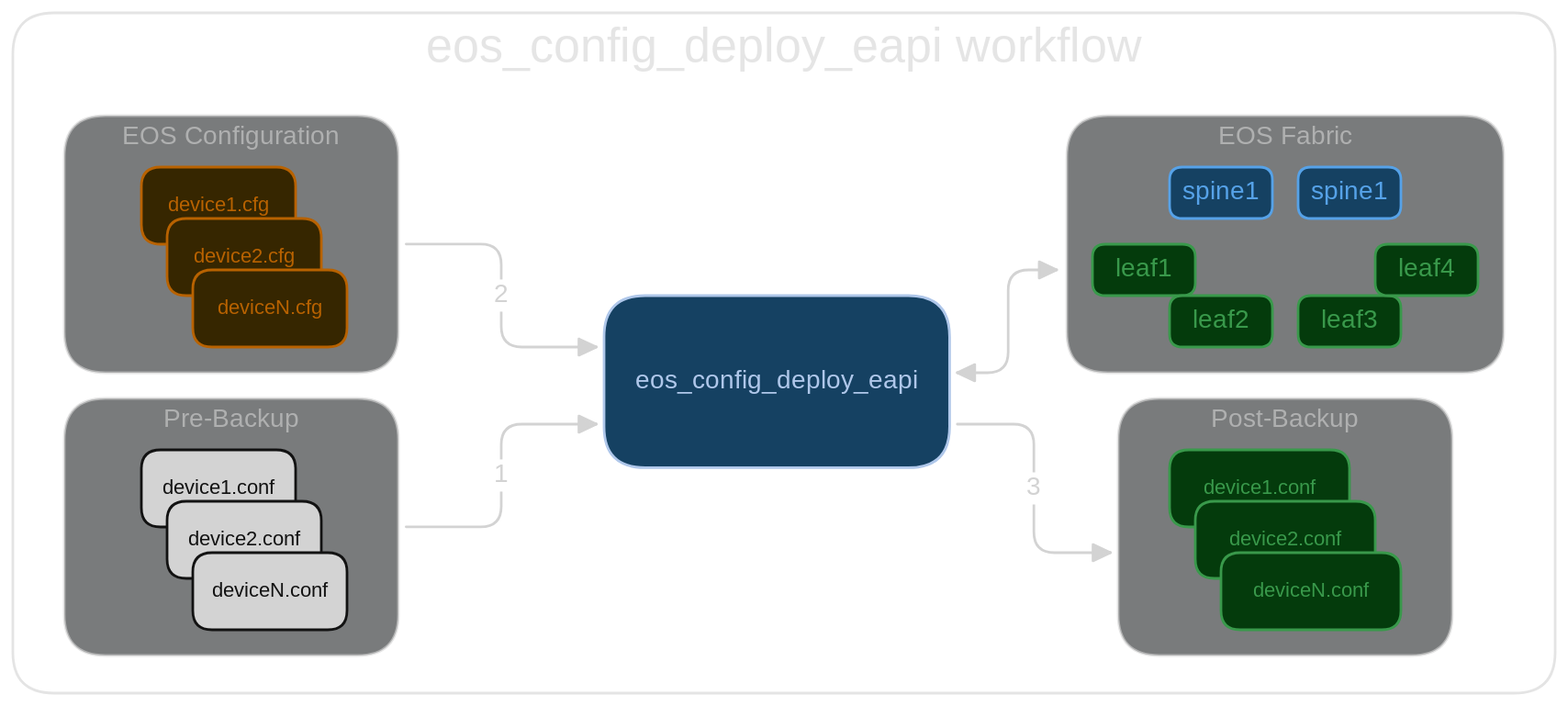
This is docs/_media/eos_config_deploy_eapi_dark.svg from aristanetworks/avd, a Excalidraw export, as it was before one commit. Source tidied: one line per element, renumbered; positions are measured from the earlier drawing's top-left corner, leaving out a move shared by most shapes.
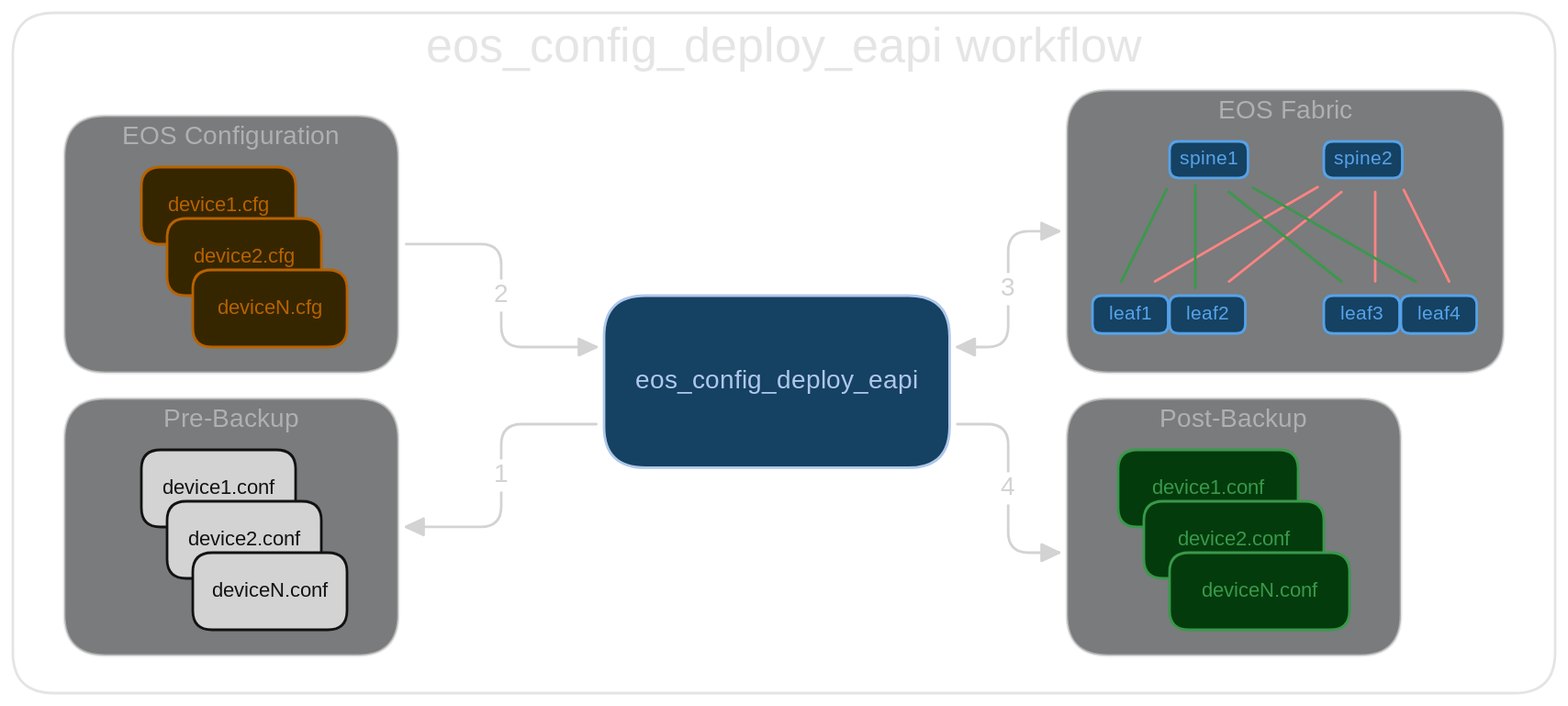
Above is the later version.

Commit message:
updating fabric links

What changed in the source:
```diff
@@ -4,10 +4,8 @@
 {"id": 3, "type": "text", "text": "EOS Configuration", "strokeColor": "#1e1e1e", "strokeWidth": 2, "roughness": 1, "opacity": 60, "fontSize": 20, "fontFamily": 8, "textAlign": "center", "inside": 2, "x": 77, "y": 85, "width": 187, "height": 25}
 {"id": 4, "type": "rectangle", "strokeColor": "#1e1e1e", "backgroundColor": "#e9ecef", "fillStyle": "solid", "strokeWidth": 2, "roughness": 0, "opacity": 60, "round": true, "x": 40, "y": 300, "width": 260, "height": 200}
 {"id": 5, "type": "text", "text": "Pre-Backup", "strokeColor": "#1e1e1e", "strokeWidth": 2, "roughness": 1, "opacity": 60, "fontSize": 20, "fontFamily": 8, "textAlign": "center", "inside": 4, "x": 115, "y": 305, "width": 110, "height": 25}
-{"id": 6, "type": "rectangle", "strokeColor": "#1e1e1e", "backgroundColor": "#e9ecef", "fillStyle": "solid", "strokeWidth": 2, "roughness": 0, "opacity": 60, "round": true, "x": 860, "y": 300, "width": 260, "height": 200}
+{"id": 6, "type": "rectangle", "strokeColor": "#1e1e1e", "backgroundColor": "#e9ecef", "fillStyle": "solid", "strokeWidth": 2, "roughness": 0, "opacity": 60, "round": true, "x": 820, "y": 300, "width": 260, "height": 200}
-{"id": 7, "type": "text", "text": "Post-Backup", "strokeColor": "#1e1e1e", "strokeWidth": 2, "roughness": 1, "opacity": 60, "fontSize": 20, "fontFamily": 8, "textAlign": "center", "inside": 6, "x": 930, "y": 305, "width": 121, "height": 25}
+{"id": 7, "type": "text", "text": "Post-Backup", "strokeColor": "#1e1e1e", "strokeWidth": 2, "roughness": 1, "opacity": 60, "fontSize": 20, "fontFamily": 8, "textAlign": "center", "inside": 6, "x": 890, "y": 305, "width": 121, "height": 25}
-{"id": 8, "type": "rectangle", "strokeColor": "#1e1e1e", "backgroundColor": "#e9ecef", "fillStyle": "solid", "strokeWidth": 2, "roughness": 0, "opacity": 60, "round": true, "x": 820, "y": 80, "width": 340, "height": 200}
-{"id": 9, "type": "text", "text": "EOS Fabric", "strokeColor": "#1e1e1e", "strokeWidth": 2, "roughness": 1, "opacity": 60, "fontSize": 20, "fontFamily": 8, "textAlign": "center", "inside": 8, "x": 935, "y": 85, "width": 110, "height": 25}
 {"id": 10, "type": "rectangle", "strokeColor": "#16325b", "backgroundColor": "#a5d8ff", "fillStyle": "solid", "strokeWidth": 2, "roughness": 0, "round": true, "x": 460, "y": 220, "width": 269, "height": 134}
 {"id": 11, "type": "text", "text": "eos_config_deploy_eapi", "strokeColor": "#16325b", "strokeWidth": 2, "roughness": 0, "fontSize": 20, "fontFamily": 8, "textAlign": "center", "verticalAlign": "middle", "inside": 10, "x": 473, "y": 274, "width": 242, "height": 25}
 {"id": 12, "type": "rectangle", "strokeColor": "#f08c00", "backgroundColor": "#ffec99", "fillStyle": "solid", "strokeWidth": 2, "roughness": 0, "round": true, "x": 100, "y": 120, "width": 120, "height": 60}
@@ -22,28 +20,39 @@
 {"id": 21, "type": "text", "text": "deviceN.cfg", "strokeColor": "#f08c00", "strokeWidth": 2, "roughness": 0, "fontSize": 16, "fontFamily": 8, "textAlign": "center", "verticalAlign": "middle", "inside": 20, "x": 152, "y": 220, "width": 97, "height": 20}
 {"id": 22, "type": "rectangle", "strokeColor": "#ffffff", "backgroundColor": "#1e1e1e", "fillStyle": "solid", "strokeWidth": 2, "roughness": 0, "round": true, "x": 140, "y": 420, "width": 120, "height": 60}
 {"id": 23, "type": "text", "text": "deviceN.conf", "strokeColor": "#ffffff", "strokeWidth": 2, "roughness": 0, "fontSize": 16, "fontFamily": 8, "textAlign": "center", "verticalAlign": "middle", "inside": 22, "x": 147, "y": 440, "width": 106, "height": 20}
-{"id": 24, "type": "rectangle", "strokeColor": "#2f9e44", "backgroundColor": "#b2f2bb", "fillStyle": "solid", "strokeWidth": 2, "roughness": 0, "round": true, "x": 900, "y": 340, "width": 140, "height": 60}
+{"id": 24, "type": "rectangle", "strokeColor": "#2f9e44", "backgroundColor": "#b2f2bb", "fillStyle": "solid", "strokeWidth": 2, "roughness": 0, "round": true, "x": 860, "y": 340, "width": 140, "height": 60}
-{"id": 25, "type": "text", "text": "device1.conf", "strokeColor": "#2f9e44", "strokeWidth": 2, "roughness": 0, "fontSize": 16, "fontFamily": 8, "textAlign": "center", "verticalAlign": "middle", "inside": 24, "x": 917, "y": 360, "width": 106, "height": 20}
+{"id": 25, "type": "text", "text": "device1.conf", "strokeColor": "#2f9e44", "strokeWidth": 2, "roughness": 0, "fontSize": 16, "fontFamily": 8, "textAlign": "center", "verticalAlign": "middle", "inside": 24, "x": 877, "y": 360, "width": 106, "height": 20}
-{"id": 26, "type": "rectangle", "strokeColor": "#2f9e44", "backgroundColor": "#b2f2bb", "fillStyle": "solid", "strokeWidth": 2, "roughness": 0, "round": true, "x": 920, "y": 380, "width": 140, "height": 60}
+{"id": 26, "type": "rectangle", "strokeColor": "#2f9e44", "backgroundColor": "#b2f2bb", "fillStyle": "solid", "strokeWidth": 2, "roughness": 0, "round": true, "x": 880, "y": 380, "width": 140, "height": 60}
-{"id": 27, "type": "text", "text": "device2.conf", "strokeColor": "#2f9e44", "strokeWidth": 2, "roughness": 0, "fontSize": 16, "fontFamily": 8, "textAlign": "center", "verticalAlign": "middle", "inside": 26, "x": 937, "y": 400, "width": 106, "height": 20}
+{"id": 27, "type": "text", "text": "device2.conf", "strokeColor": "#2f9e44", "strokeWidth": 2, "roughness": 0, "fontSize": 16, "fontFamily": 8, "textAlign": "center", "verticalAlign": "middle", "inside": 26, "x": 897, "y": 400, "width": 106, "height": 20}
-{"id": 28, "type": "rectangle", "strokeColor": "#2f9e44", "backgroundColor": "#b2f2bb", "fillStyle": "solid", "strokeWidth": 2, "roughness": 0, "round": true, "x": 940, "y": 420, "width": 140, "height": 60}
+{"id": 28, "type": "rectangle", "strokeColor": "#2f9e44", "backgroundColor": "#b2f2bb", "fillStyle": "solid", "strokeWidth": 2, "roughness": 0, "round": true, "x": 900, "y": 420, "width": 140, "height": 60}
-{"id": 29, "type": "text", "text": "deviceN.conf", "strokeColor": "#2f9e44", "strokeWidth": 2, "roughness": 0, "fontSize": 16, "fontFamily": 8, "textAlign": "center", "verticalAlign": "middle", "inside": 28, "x": 957, "y": 440, "width": 106, "height": 20}
+{"id": 29, "type": "text", "text": "deviceN.conf", "strokeColor": "#2f9e44", "strokeWidth": 2, "roughness": 0, "fontSize": 16, "fontFamily": 8, "textAlign": "center", "verticalAlign": "middle", "inside": 28, "x": 917, "y": 440, "width": 106, "height": 20}
-{"id": 30, "type": "arrow", "strokeColor": "#1e1e1e", "backgroundColor": "#1e1e1e", "fillStyle": "solid", "strokeWidth": 2, "roughness": 0, "endArrowhead": "triangle", "from": 10, "to": 6, "x": 735, "y": 320, "width": 119, "height": 100, "points": [[0, 0], [60, 0], [60, 100], [119, 100]]}
+{"id": 30, "type": "arrow", "strokeColor": "#1e1e1e", "backgroundColor": "#1e1e1e", "fillStyle": "solid", "strokeWidth": 2, "roughness": 0, "endArrowhead": "triangle", "from": 10, "to": 6, "x": 735, "y": 320, "width": 79, "height": 100, "points": [[0, 0], [40, 0], [40, 100], [79, 100]]}
-{"id": 31, "type": "text", "text": "3", "strokeColor": "#1e1e1e", "backgroundColor": "#b2f2bb", "fillStyle": "solid", "strokeWidth": 2, "roughness": 0, "fontSize": 20, "fontFamily": 8, "textAlign": "center", "verticalAlign": "middle", "inside": 30, "x": 789, "y": 358, "width": 11, "height": 25}
+{"id": 31, "type": "text", "text": "4", "strokeColor": "#1e1e1e", "backgroundColor": "#b2f2bb", "fillStyle": "solid", "strokeWidth": 2, "roughness": 0, "fontSize": 20, "fontFamily": 8, "textAlign": "center", "verticalAlign": "middle", "inside": 30, "x": 749, "y": 358, "width": 11, "height": 25}
 {"id": 32, "type": "arrow", "strokeColor": "#1e1e1e", "backgroundColor": "#b2f2bb", "fillStyle": "solid", "strokeWidth": 2, "roughness": 0, "endArrowhead": "triangle", "from": 2, "to": 10, "x": 306, "y": 180, "width": 148, "height": 80, "points": [[0, 0], [74, 0], [74, 80], [148, 80]]}
 {"id": 33, "type": "text", "text": "2", "strokeColor": "#1e1e1e", "backgroundColor": "#b2f2bb", "fillStyle": "solid", "strokeWidth": 2, "roughness": 0, "fontSize": 20, "fontFamily": 8, "textAlign": "center", "verticalAlign": "middle", "inside": 32, "x": 355, "y": 207, "width": 11, "height": 25}
-{"id": 34, "type": "arrow", "strokeColor": "#1e1e1e", "backgroundColor": "#b2f2bb", "fillStyle": "solid", "strokeWidth": 2, "roughness": 0, "endArrowhead": "triangle", "from": 4, "to": 10, "x": 306, "y": 400, "width": 148, "height": 80, "points": [[0, 0], [74, 0], [74, -80], [148, -80]]}
+{"id": 34, "type": "arrow", "strokeColor": "#1e1e1e", "backgroundColor": "#b2f2bb", "fillStyle": "solid", "strokeWidth": 2, "roughness": 0, "startArrowhead": "triangle", "from": 4, "to": 10, "x": 306, "y": 400, "width": 148, "height": 80, "points": [[0, 0], [74, 0], [74, -80], [148, -80]]}
 {"id": 35, "type": "text", "text": "1", "strokeColor": "#1e1e1e", "backgroundColor": "#b2f2bb", "fillStyle": "solid", "strokeWidth": 2, "roughness": 0, "fontSize": 20, "fontFamily": 8, "textAlign": "center", "verticalAlign": "middle", "inside": 34, "x": 355, "y": 347, "width": 11, "height": 25}
-{"id": 36, "type": "arrow", "strokeColor": "#1e1e1e", "backgroundColor": "#b2f2bb", "fillStyle": "solid", "strokeWidth": 2, "roughness": 0, "startArrowhead": "triangle", "endArrowhead": "triangle", "from": 10, "to": 8, "x": 735, "y": 280, "width": 77, "height": 80, "points": [[0, 0], [40, 0], [40, -80], [77, -80]]}
+{"id": 36, "type": "arrow", "strokeColor": "#1e1e1e", "backgroundColor": "#b2f2bb", "fillStyle": "solid", "strokeWidth": 2, "roughness": 0, "startArrowhead": "triangle", "endArrowhead": "triangle", "from": 10, "to": 50, "x": 735, "y": 260, "width": 79, "height": 90, "points": [[0, 0], [40, 0], [40, -90], [79, -90]]}
-{"id": 37, "type": "rectangle", "strokeColor": "#1971c2", "backgroundColor": "#a5d8ff", "fillStyle": "solid", "strokeWidth": 2, "roughness": 0, "round": true, "x": 900, "y": 120, "width": 80, "height": 40}
-{"id": 38, "type": "text", "text": "spine1", "strokeColor": "#1971c2", "backgroundColor": "#a5d8ff", "fillStyle": "solid", "strokeWidth": 2, "roughness": 0, "fontSize": 20, "fontFamily": 8, "textAlign": "center", "verticalAlign": "middle", "inside": 37, "x": 907, "y": 128, "width": 66, "height": 25}
-{"id": 39, "type": "rectangle", "strokeColor": "#2f9e44", "backgroundColor": "#b2f2bb", "fillStyle": "solid", "strokeWidth": 2, "roughness": 0, "round": true, "x": 840, "y": 180, "width": 80, "height": 40}
+{"id": 49, "type": "text", "text": "3", "strokeColor": "#1e1e1e", "backgroundColor": "#b2f2bb", "fillStyle": "solid", "strokeWidth": 2, "roughness": 0, "fontSize": 20, "fontFamily": 8, "textAlign": "center", "verticalAlign": "middle", "inside": 36, "x": 749, "y": 228, "width": 11, "height": 25}
+{"id": 50, "type": "rectangle", "strokeColor": "#1e1e1e", "backgroundColor": "#e9ecef", "fillStyle": "solid", "strokeWidth": 2, "roughness": 0, "opacity": 60, "round": true, "x": 820, "y": 60, "width": 340, "height": 220}
+{"id": 9, "type": "text", "text": "EOS Fabric", "strokeColor": "#1e1e1e", "strokeWidth": 2, "roughness": 1, "opacity": 60, "fontSize": 20, "fontFamily": 8, "textAlign": "center", "inside": 50, "x": 935, "y": 65, "width": 110, "height": 25}
+{"id": 51, "type": "rectangle", "strokeColor": "#1971c2", "backgroundColor": "#a5d8ff", "fillStyle": "solid", "strokeWidth": 2, "roughness": 0, "round": true, "x": 900, "y": 100, "width": 61, "height": 28}
+{"id": 52, "type": "text", "text": "spine1", "strokeColor": "#1971c2", "backgroundColor": "#a5d8ff", "fillStyle": "solid", "strokeWidth": 2, "roughness": 0, "fontSize": 14.74, "fontFamily": 8, "textAlign": "center", "verticalAlign": "middle", "inside": 51, "x": 906, "y": 105, "width": 49, "height": 18}
+{"id": 53, "type": "rectangle", "strokeColor": "#1971c2", "backgroundColor": "#a5d8ff", "fillStyle": "solid", "strokeWidth": 2, "roughness": 0, "round": true, "x": 1020, "y": 100, "width": 61, "height": 28}
+{"id": 54, "type": "text", "text": "spine2", "strokeColor": "#1971c2", "backgroundColor": "#a5d8ff", "fillStyle": "solid", "strokeWidth": 2, "roughness": 0, "fontSize": 14.74, "fontFamily": 8, "textAlign": "center", "verticalAlign": "middle", "inside": 53, "x": 1026, "y": 105, "width": 49, "height": 18}
+{"id": 55, "type": "rectangle", "strokeColor": "#1971c2", "backgroundColor": "#a5d8ff", "fillStyle": "solid", "strokeWidth": 2, "roughness": 0, "round": true, "x": 840, "y": 220, "width": 59, "height": 29}
-{"id": 40, "type": "text", "text": "leaf1", "strokeColor": "#2f9e44", "backgroundColor": "#a5d8ff", "fillStyle": "solid", "strokeWidth": 2, "roughness": 0, "fontSize": 20, "fontFamily": 8, "textAlign": "center", "verticalAlign": "middle", "inside": 39, "x": 853, "y": 188, "width": 55, "height": 25}
+{"id": 40, "type": "text", "text": "leaf1", "strokeColor": "#1971c2", "backgroundColor": "#a5d8ff", "fillStyle": "solid", "strokeWidth": 2, "roughness": 0, "fontSize": 14.74, "fontFamily": 8, "textAlign": "center", "verticalAlign": "middle", "inside": 55, "x": 849, "y": 226, "width": 40, "height": 18}
-{"id": 41, "type": "rectangle", "strokeColor": "#2f9e44", "backgroundColor": "#b2f2bb", "fillStyle": "solid", "strokeWidth": 2, "roughness": 0, "round": true, "x": 900, "y": 220, "width": 80, "height": 40}
+{"id": 56, "type": "rectangle", "strokeColor": "#1971c2", "backgroundColor": "#a5d8ff", "fillStyle": "solid", "strokeWidth": 2, "roughness": 0, "round": true, "x": 900, "y": 220, "width": 59, "height": 29}
-{"id": 42, "type": "text", "text": "leaf2", "strokeColor": "#2f9e44", "backgroundColor": "#a5d8ff", "fillStyle": "solid", "strokeWidth": 2, "roughness": 0, "fontSize": 20, "fontFamily": 8, "textAlign": "center", "verticalAlign": "middle", "inside": 41, "x": 913, "y": 228, "width": 55, "height": 25}
+{"id": 42, "type": "text", "text": "leaf2", "strokeColor": "#1971c2", "backgroundColor": "#a5d8ff", "fillStyle": "solid", "strokeWidth": 2, "roughness": 0, "fontSize": 14.74, "fontFamily": 8, "textAlign": "center", "verticalAlign": "middle", "inside": 56, "x": 909, "y": 226, "width": 40, "height": 18}
-{"id": 43, "type": "rectangle", "strokeColor": "#2f9e44", "backgroundColor": "#b2f2bb", "fillStyle": "solid", "strokeWidth": 2, "roughness": 0, "round": true, "x": 1000, "y": 220, "width": 80, "height": 40}
+{"id": 57, "type": "rectangle", "strokeColor": "#1971c2", "backgroundColor": "#a5d8ff", "fillStyle": "solid", "strokeWidth": 2, "roughness": 0, "round": true, "x": 1020, "y": 220, "width": 59, "height": 29}
-{"id": 44, "type": "text", "text": "leaf3", "strokeColor": "#2f9e44", "backgroundColor": "#a5d8ff", "fillStyle": "solid", "strokeWidth": 2, "roughness": 0, "fontSize": 20, "fontFamily": 8, "textAlign": "center", "verticalAlign": "middle", "inside": 43, "x": 1013, "y": 228, "width": 55, "height": 25}
+{"id": 44, "type": "text", "text": "leaf3", "strokeColor": "#1971c2", "backgroundColor": "#a5d8ff", "fillStyle": "solid", "strokeWidth": 2, "roughness": 0, "fontSize": 14.74, "fontFamily": 8, "textAlign": "center", "verticalAlign": "middle", "inside": 57, "x": 1029, "y": 226, "width": 40, "height": 18}
-{"id": 45, "type": "rectangle", "strokeColor": "#2f9e44", "backgroundColor": "#b2f2bb", "fillStyle": "solid", "strokeWidth": 2, "roughness": 0, "round": true, "x": 1060, "y": 180, "width": 80, "height": 40}
+{"id": 58, "type": "rectangle", "strokeColor": "#1971c2", "backgroundColor": "#a5d8ff", "fillStyle": "solid", "strokeWidth": 2, "roughness": 0, "round": true, "x": 1080, "y": 220, "width": 59, "height": 29}
-{"id": 46, "type": "text", "text": "leaf4", "strokeColor": "#2f9e44", "backgroundColor": "#a5d8ff", "fillStyle": "solid", "strokeWidth": 2, "roughness": 0, "fontSize": 20, "fontFamily": 8, "textAlign": "center", "verticalAlign": "middle", "inside": 45, "x": 1073, "y": 188, "width": 55, "height": 25}
+{"id": 46, "type": "text", "text": "leaf4", "strokeColor": "#1971c2", "backgroundColor": "#a5d8ff", "fillStyle": "solid", "strokeWidth": 2, "roughness": 0, "fontSize": 14.74, "fontFamily": 8, "textAlign": "center", "verticalAlign": "middle", "inside": 58, "x": 1089, "y": 226, "width": 40, "height": 18}
-{"id": 47, "type": "rectangle", "strokeColor": "#1971c2", "backgroundColor": "#a5d8ff", "fillStyle": "solid", "strokeWidth": 2, "roughness": 0, "round": true, "x": 1000, "y": 120, "width": 80, "height": 40}
-{"id": 48, "type": "text", "text": "spine1", "strokeColor": "#1971c2", "backgroundColor": "#a5d8ff", "fillStyle": "solid", "strokeWidth": 2, "roughness": 0, "fontSize": 20, "fontFamily": 8, "textAlign": "center", "verticalAlign": "middle", "inside": 47, "x": 1007, "y": 128, "width": 66, "height": 25}
+{"id": 59, "type": "arrow", "strokeColor": "#2f9e44", "backgroundColor": "#a5d8ff", "fillStyle": "solid", "strokeWidth": 2, "roughness": 0, "from": 55, "to": 51, "x": 862, "y": 209, "width": 35, "height": 72, "points": [[0, 0], [35, -72]]}
+{"id": 60, "type": "arrow", "strokeColor": "#e03131", "backgroundColor": "#a5d8ff", "fillStyle": "solid", "strokeWidth": 2, "roughness": 0, "from": 55, "to": 53, "x": 889, "y": 209, "width": 127, "height": 73, "points": [[0, 0], [127, -73]]}
+{"id": 61, "type": "arrow", "strokeColor": "#2f9e44", "backgroundColor": "#a5d8ff", "fillStyle": "solid", "strokeWidth": 2, "roughness": 0, "from": 51, "to": 56, "x": 920, "y": 134, "width": 0, "height": 80, "points": [[0, 0], [0, 80]]}
+{"id": 62, "type": "arrow", "strokeColor": "#e03131", "backgroundColor": "#a5d8ff", "fillStyle": "solid", "strokeWidth": 2, "roughness": 0, "from": 56, "to": 53, "x": 946, "y": 209, "width": 87, "height": 70, "points": [[0, 0], [87, -70]]}
+{"id": 63, "type": "arrow", "strokeColor": "#e03131", "backgroundColor": "#a5d8ff", "fillStyle": "solid", "strokeWidth": 2, "roughness": 0, "round": true, "from": 57, "to": 53, "x": 1060, "y": 209, "width": 0, "height": 70, "points": [[0, 0], [0, -70]]}
+{"id": 64, "type": "arrow", "strokeColor": "#2f9e44", "backgroundColor": "#a5d8ff", "fillStyle": "solid", "strokeWidth": 2, "roughness": 0, "from": 57, "to": 51, "x": 1034, "y": 209, "width": 87, "height": 70, "points": [[0, 0], [-87, -70]]}
+{"id": 65, "type": "arrow", "strokeColor": "#e03131", "backgroundColor": "#a5d8ff", "fillStyle": "solid", "strokeWidth": 2, "roughness": 0, "from": 58, "to": 53, "x": 1118, "y": 209, "width": 35, "height": 71, "points": [[0, 0], [-35, -71]]}
+{"id": 66, "type": "arrow", "strokeColor": "#2f9e44", "backgroundColor": "#a5d8ff", "fillStyle": "solid", "strokeWidth": 2, "roughness": 0, "from": 58, "to": 51, "x": 1091, "y": 209, "width": 126, "height": 73, "points": [[0, 0], [-126, -73]]}
```
